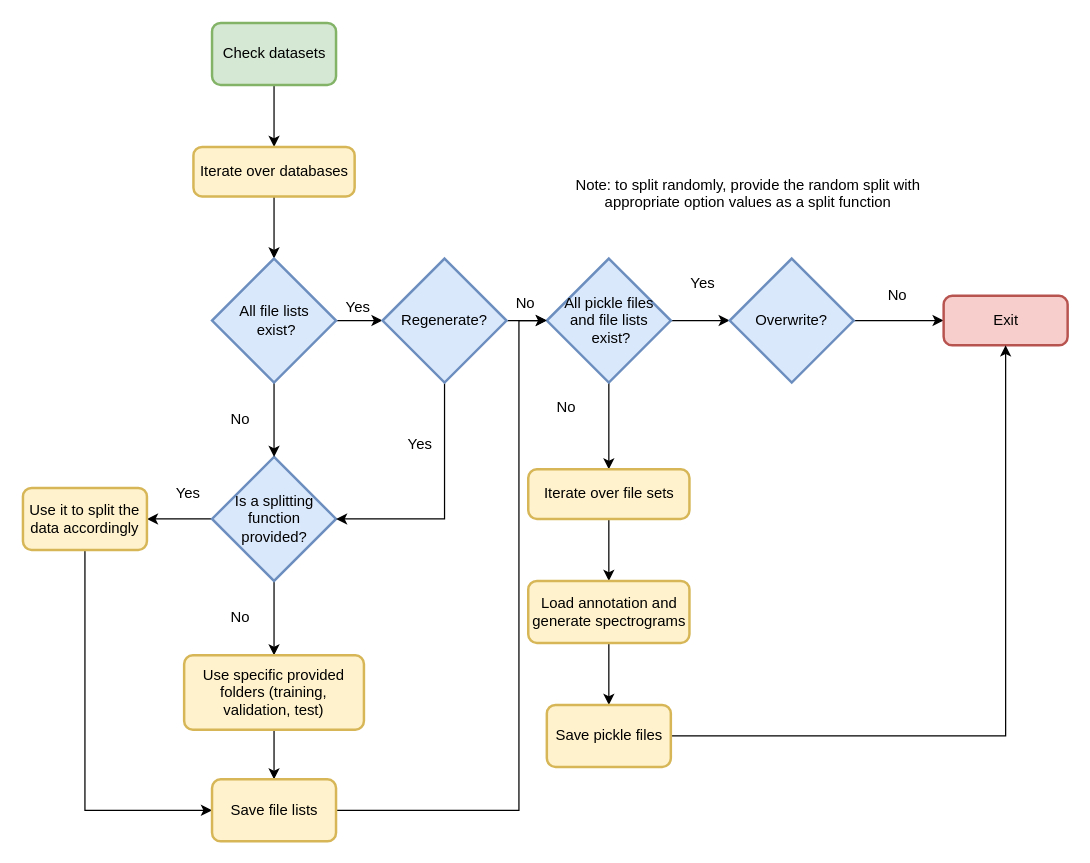
Before: docs/dataset_creation.drawio in Vin985/MOUFFET, a draw.io diagram. Source tidied: cells renumbered, new cells numbered last; positions are measured from the earlier drawing's top-left corner, leaving out a move shared by most shapes. Both pictures are drawn from the tidied source at 124%, with x=0, y=0 at pixel (22, 22).
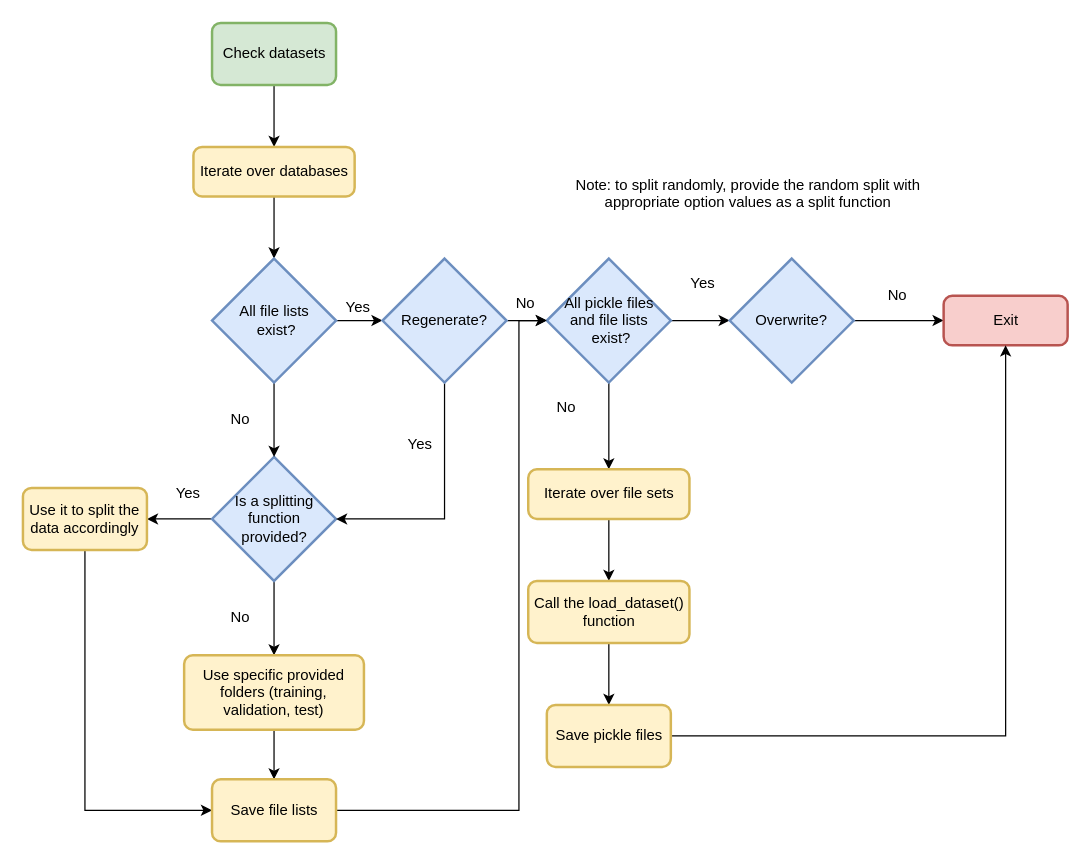
Above is the later version.

Change to the diagram source:
```diff
@@
-    <mxCell id="41" value="Load annotation and generate spectrograms" style="rounded=1;whiteSpace=wrap;html=1;absoluteArcSize=1;arcSize=14;strokeWidth=2;fillColor=#fff2cc;strokeColor=#d6b656;" parent="1" vertex="1">
+    <mxCell id="41" value="Call the load_dataset() function" style="rounded=1;whiteSpace=wrap;html=1;absoluteArcSize=1;arcSize=14;strokeWidth=2;fillColor=#fff2cc;strokeColor=#d6b656;" parent="1" vertex="1">
       <mxGeometry x="407.5" y="450" width="130" height="50" as="geometry" />
     </mxCell>
```
